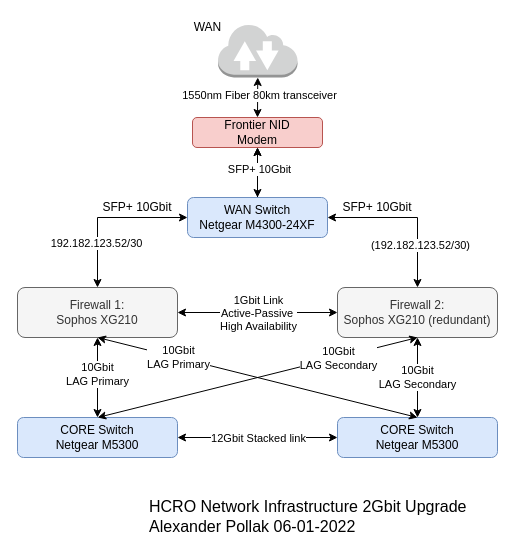
Before: HCRO-Network-Infrastructure/Network-Config-WAN.drawio in SETIatHCRO/Front-Page, a draw.io diagram. Source tidied: cells renumbered, new cells numbered last; positions are measured from the earlier drawing's top-left corner, leaving out a move shared by most shapes. Both pictures are drawn from the tidied source at 100%, with x=0, y=0 at pixel (17, 17).
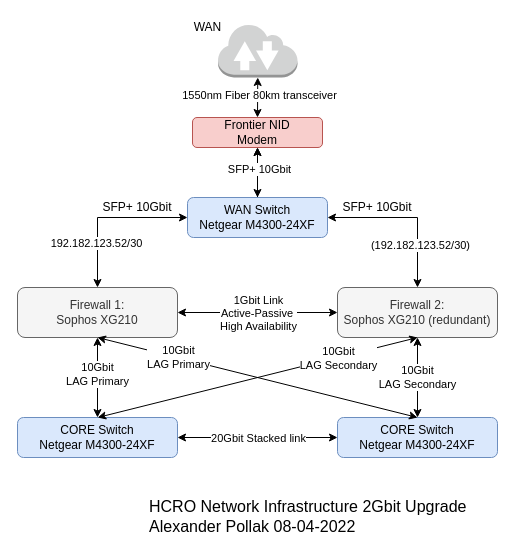
The same diagram, later.

The change refers to these unchanged cells:
```xml
<mxCell id="25" style="edgeStyle=orthogonalEdgeStyle;rounded=0;jettySize=auto;html=1;exitX=1;exitY=0.5;exitDx=0;exitDy=0;entryX=0;entryY=0.5;entryDx=0;entryDy=0;startArrow=classic;startFill=1;" parent="1" edge="1" source="27" target="28">
  <mxGeometry relative="1" as="geometry" />
</mxCell>
```

Change to the diagram source:
```diff
@@
-    <mxCell id="15" value="HCRO Network Infrastructure 2Gbit Upgrade&lt;br&gt;Alexander Pollak 06-01-2022" style="text;html=1;align=left;verticalAlign=middle;fontSize=16;" parent="1" vertex="1">
+    <mxCell id="15" value="HCRO Network Infrastructure 2Gbit Upgrade&lt;br&gt;Alexander Pollak 08-04-2022" style="text;html=1;align=left;verticalAlign=middle;fontSize=16;" parent="1" vertex="1">
       <mxGeometry x="130.2" y="479" width="330" height="40" as="geometry" />
     </mxCell>
@@
-    <mxCell id="26" value="12Gbit Stacked link" style="edgeLabel;html=1;align=center;verticalAlign=middle;" parent="25" vertex="1">
+    <mxCell id="26" value="20Gbit Stacked link" style="edgeLabel;html=1;align=center;verticalAlign=middle;" parent="25" vertex="1">
       <mxGeometry x="0.2" y="-1" relative="1" as="geometry">
         <mxPoint x="-16" y="-1" as="offset" />
       </mxGeometry>
     </mxCell>
-    <mxCell id="27" value="CORE Switch&lt;br&gt;Netgear M5300" style="rounded=1;whiteSpace=wrap;html=1;fillColor=#dae8fc;strokeColor=#6c8ebf;" parent="1" vertex="1">
+    <mxCell id="27" value="CORE Switch&lt;br&gt;Netgear M4300-24XF" style="rounded=1;whiteSpace=wrap;html=1;fillColor=#dae8fc;strokeColor=#6c8ebf;" parent="1" vertex="1">
       <mxGeometry y="400" width="160" height="40" as="geometry" />
     </mxCell>
-    <mxCell id="28" value="CORE Switch&lt;br&gt;Netgear M5300" style="rounded=1;whiteSpace=wrap;html=1;fillColor=#dae8fc;strokeColor=#6c8ebf;" parent="1" vertex="1">
+    <mxCell id="28" value="CORE Switch&lt;br&gt;Netgear M4300-24XF" style="rounded=1;whiteSpace=wrap;html=1;fillColor=#dae8fc;strokeColor=#6c8ebf;" parent="1" vertex="1">
       <mxGeometry x="320" y="400" width="160" height="40" as="geometry" />
     </mxCell>
```
